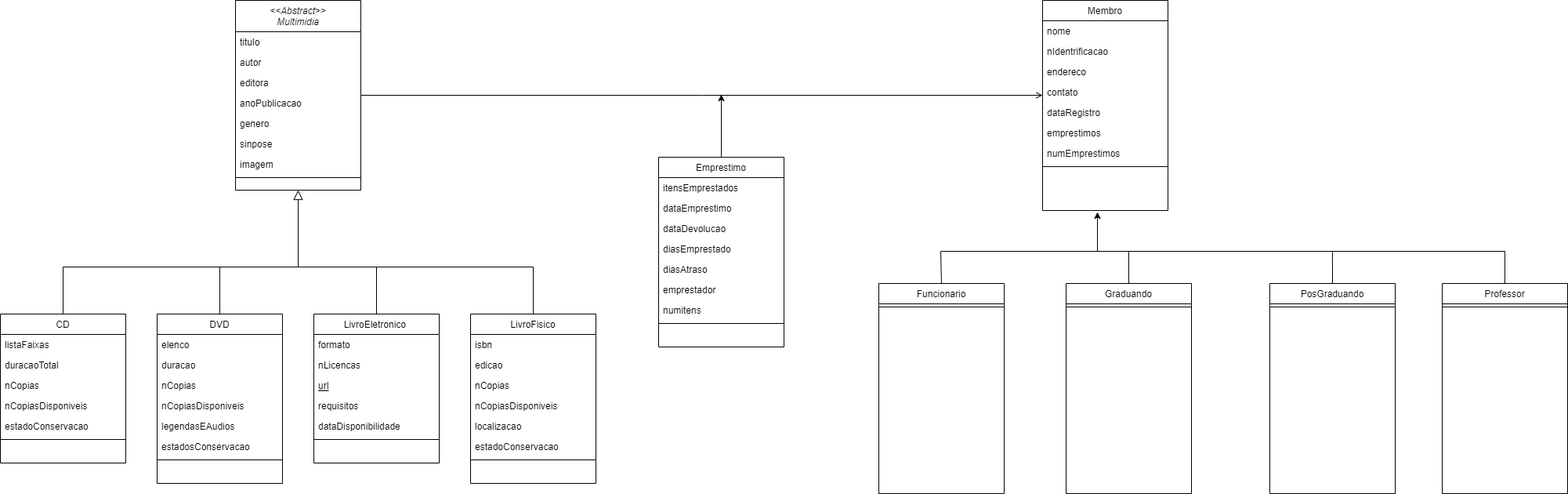
ArtKina/MC322 keeps this draw.io diagram as files/Biblioteca.drawio.png. Above is the earlier version. Source tidied: cells renumbered, new cells last; positions are measured from the earlier drawing's top-left corner, leaving out a move shared by most shapes. Its diagram source:
```xml
<mxGraphModel>
  <root>
    <mxCell id="0" />
    <mxCell id="1" parent="0" />
    <mxCell id="2" value="&lt;&lt;Abstract&gt;&gt;&#10;Multimidia" style="swimlane;fontStyle=2;align=center;verticalAlign=top;horizontal=1;startSize=40;rounded=0;shadow=0;strokeWidth=1;" parent="1" vertex="1">
      <mxGeometry x="300" width="160" height="242" as="geometry" />
    </mxCell>
    <mxCell id="3" value="titulo" style="text;align=left;verticalAlign=top;spacingLeft=4;spacingRight=4;overflow=hidden;" parent="2" vertex="1">
      <mxGeometry y="40" width="160" height="26" as="geometry" />
    </mxCell>
    <mxCell id="4" value="autor" style="text;align=left;verticalAlign=top;spacingLeft=4;spacingRight=4;overflow=hidden;rounded=0;shadow=0;html=0;" parent="2" vertex="1">
      <mxGeometry y="66" width="160" height="26" as="geometry" />
    </mxCell>
    <mxCell id="5" value="editora" style="text;align=left;verticalAlign=top;spacingLeft=4;spacingRight=4;overflow=hidden;rounded=0;shadow=0;html=0;" parent="2" vertex="1">
      <mxGeometry y="92" width="160" height="26" as="geometry" />
    </mxCell>
    <mxCell id="6" value="anoPublicacao" style="text;align=left;verticalAlign=top;spacingLeft=4;spacingRight=4;overflow=hidden;" parent="2" vertex="1">
      <mxGeometry y="118" width="160" height="26" as="geometry" />
    </mxCell>
    <mxCell id="7" value="genero" style="text;align=left;verticalAlign=top;spacingLeft=4;spacingRight=4;overflow=hidden;rounded=0;shadow=0;html=0;" parent="2" vertex="1">
      <mxGeometry y="144" width="160" height="26" as="geometry" />
    </mxCell>
    <mxCell id="8" value="sinpose" style="text;align=left;verticalAlign=top;spacingLeft=4;spacingRight=4;overflow=hidden;rounded=0;shadow=0;html=0;" parent="2" vertex="1">
      <mxGeometry y="170" width="160" height="26" as="geometry" />
    </mxCell>
    <mxCell id="9" value="imagem" style="text;align=left;verticalAlign=top;spacingLeft=4;spacingRight=4;overflow=hidden;rounded=0;shadow=0;html=0;" parent="2" vertex="1">
      <mxGeometry y="196" width="160" height="26" as="geometry" />
    </mxCell>
    <mxCell id="10" style="line;html=1;strokeWidth=1;align=left;verticalAlign=middle;spacingTop=-1;spacingLeft=3;spacingRight=3;labelPosition=right;" parent="2" vertex="1">
      <mxGeometry y="222" width="160" height="8" as="geometry" />
    </mxCell>
    <mxCell id="11" value="CD" style="swimlane;fontStyle=0;align=center;verticalAlign=top;horizontal=1;startSize=26;rounded=0;shadow=0;strokeWidth=1;" parent="1" vertex="1">
      <mxGeometry y="400" width="160" height="190" as="geometry" />
    </mxCell>
    <mxCell id="12" value="listaFaixas " style="text;align=left;verticalAlign=top;spacingLeft=4;spacingRight=4;overflow=hidden;" parent="11" vertex="1">
      <mxGeometry y="26" width="160" height="26" as="geometry" />
    </mxCell>
    <mxCell id="13" value="duracaoTotal" style="text;align=left;verticalAlign=top;spacingLeft=4;spacingRight=4;overflow=hidden;rounded=0;shadow=0;html=0;" parent="11" vertex="1">
      <mxGeometry y="52" width="160" height="26" as="geometry" />
    </mxCell>
    <mxCell id="14" value="nCopias" style="text;align=left;verticalAlign=top;spacingLeft=4;spacingRight=4;overflow=hidden;fontStyle=0;" parent="11" vertex="1">
      <mxGeometry y="78" width="160" height="26" as="geometry" />
    </mxCell>
    <mxCell id="15" value="nCopiasDisponiveis" style="text;align=left;verticalAlign=top;spacingLeft=4;spacingRight=4;overflow=hidden;" parent="11" vertex="1">
      <mxGeometry y="104" width="160" height="26" as="geometry" />
    </mxCell>
    <mxCell id="16" value="estadoConservacao" style="text;align=left;verticalAlign=top;spacingLeft=4;spacingRight=4;overflow=hidden;" parent="11" vertex="1">
      <mxGeometry y="130" width="160" height="26" as="geometry" />
    </mxCell>
    <mxCell id="17" style="line;html=1;strokeWidth=1;align=left;verticalAlign=middle;spacingTop=-1;spacingLeft=3;spacingRight=3;labelPosition=right;" parent="11" vertex="1">
      <mxGeometry y="156" width="160" height="8" as="geometry" />
    </mxCell>
    <mxCell id="18" style="endArrow=block;endSize=10;endFill=0;shadow=0;strokeWidth=1;rounded=0;edgeStyle=elbowEdgeStyle;elbow=vertical;" parent="1" edge="1" source="11" target="2">
      <mxGeometry relative="1" as="geometry">
        <Array as="points">
          <mxPoint x="180" y="340" />
        </Array>
      </mxGeometry>
    </mxCell>
    <mxCell id="19" style="edgeStyle=none;rounded=0;jettySize=auto;html=1;endArrow=none;endFill=0;" parent="1" edge="1" source="20">
      <mxGeometry relative="1" as="geometry">
        <mxPoint x="280" y="340" as="targetPoint" />
      </mxGeometry>
    </mxCell>
    <mxCell id="20" value="DVD" style="swimlane;fontStyle=0;align=center;verticalAlign=top;horizontal=1;startSize=26;rounded=0;shadow=0;strokeWidth=1;" parent="1" vertex="1">
      <mxGeometry x="200" y="400" width="160" height="216" as="geometry" />
    </mxCell>
    <mxCell id="21" value="elenco" style="text;align=left;verticalAlign=top;spacingLeft=4;spacingRight=4;overflow=hidden;" parent="20" vertex="1">
      <mxGeometry y="26" width="160" height="26" as="geometry" />
    </mxCell>
    <mxCell id="22" value="duracao" style="text;align=left;verticalAlign=top;spacingLeft=4;spacingRight=4;overflow=hidden;" parent="20" vertex="1">
      <mxGeometry y="52" width="160" height="26" as="geometry" />
    </mxCell>
    <mxCell id="23" value="nCopias" style="text;align=left;verticalAlign=top;spacingLeft=4;spacingRight=4;overflow=hidden;" parent="20" vertex="1">
      <mxGeometry y="78" width="160" height="26" as="geometry" />
    </mxCell>
    <mxCell id="24" value="nCopiasDisponiveis" style="text;align=left;verticalAlign=top;spacingLeft=4;spacingRight=4;overflow=hidden;" parent="20" vertex="1">
      <mxGeometry y="104" width="160" height="26" as="geometry" />
    </mxCell>
    <mxCell id="25" value="legendasEAudios" style="text;align=left;verticalAlign=top;spacingLeft=4;spacingRight=4;overflow=hidden;" parent="20" vertex="1">
      <mxGeometry y="130" width="160" height="26" as="geometry" />
    </mxCell>
    <mxCell id="26" value="estadosConservacao" style="text;align=left;verticalAlign=top;spacingLeft=4;spacingRight=4;overflow=hidden;" parent="20" vertex="1">
      <mxGeometry y="156" width="160" height="26" as="geometry" />
    </mxCell>
    <mxCell id="27" style="line;html=1;strokeWidth=1;align=left;verticalAlign=middle;spacingTop=-1;spacingLeft=3;spacingRight=3;labelPosition=right;" parent="20" vertex="1">
      <mxGeometry y="182" width="160" height="8" as="geometry" />
    </mxCell>
    <mxCell id="28" value="Membro" style="swimlane;fontStyle=0;align=center;verticalAlign=top;horizontal=1;startSize=26;rounded=0;shadow=0;strokeWidth=1;" parent="1" vertex="1">
      <mxGeometry x="1330" width="160" height="268" as="geometry" />
    </mxCell>
    <mxCell id="29" value="nome" style="text;align=left;verticalAlign=top;spacingLeft=4;spacingRight=4;overflow=hidden;rounded=0;shadow=0;html=0;" parent="28" vertex="1">
      <mxGeometry y="26" width="160" height="26" as="geometry" />
    </mxCell>
    <mxCell id="30" value="nIdentrificacao" style="text;align=left;verticalAlign=top;spacingLeft=4;spacingRight=4;overflow=hidden;" parent="28" vertex="1">
      <mxGeometry y="52" width="160" height="26" as="geometry" />
    </mxCell>
    <mxCell id="31" value="endereco" style="text;align=left;verticalAlign=top;spacingLeft=4;spacingRight=4;overflow=hidden;rounded=0;shadow=0;html=0;" parent="28" vertex="1">
      <mxGeometry y="78" width="160" height="26" as="geometry" />
    </mxCell>
    <mxCell id="32" value="contato" style="text;align=left;verticalAlign=top;spacingLeft=4;spacingRight=4;overflow=hidden;rounded=0;shadow=0;html=0;" parent="28" vertex="1">
      <mxGeometry y="104" width="160" height="26" as="geometry" />
    </mxCell>
    <mxCell id="33" value="dataRegistro" style="text;align=left;verticalAlign=top;spacingLeft=4;spacingRight=4;overflow=hidden;rounded=0;shadow=0;html=0;" parent="28" vertex="1">
      <mxGeometry y="130" width="160" height="26" as="geometry" />
    </mxCell>
    <mxCell id="34" value="emprestimos" style="text;align=left;verticalAlign=top;spacingLeft=4;spacingRight=4;overflow=hidden;" parent="28" vertex="1">
      <mxGeometry y="156" width="160" height="26" as="geometry" />
    </mxCell>
    <mxCell id="35" value="numEmprestimos" style="text;align=left;verticalAlign=top;spacingLeft=4;spacingRight=4;overflow=hidden;" parent="28" vertex="1">
      <mxGeometry y="182" width="160" height="26" as="geometry" />
    </mxCell>
    <mxCell id="36" style="line;html=1;strokeWidth=1;align=left;verticalAlign=middle;spacingTop=-1;spacingLeft=3;spacingRight=3;labelPosition=right;" parent="28" vertex="1">
      <mxGeometry y="208" width="160" height="8" as="geometry" />
    </mxCell>
    <mxCell id="37" style="endArrow=open;shadow=0;strokeWidth=1;rounded=0;endFill=1;edgeStyle=elbowEdgeStyle;elbow=vertical;" parent="1" edge="1" source="2" target="28">
      <mxGeometry x="0.5" y="41" relative="1" as="geometry">
        <mxPoint x="-40" y="32" as="offset" />
      </mxGeometry>
    </mxCell>
    <mxCell id="38" style="edgeStyle=none;rounded=0;jettySize=auto;html=1;exitX=0.5;exitY=0;exitDx=0;exitDy=0;endArrow=none;endFill=0;" parent="1" edge="1" source="39">
      <mxGeometry relative="1" as="geometry">
        <mxPoint x="380" y="340" as="targetPoint" />
        <Array as="points">
          <mxPoint x="480" y="340" />
        </Array>
      </mxGeometry>
    </mxCell>
    <mxCell id="39" value="LivroEletronico " style="swimlane;fontStyle=0;align=center;verticalAlign=top;horizontal=1;startSize=26;rounded=0;shadow=0;strokeWidth=1;" parent="1" vertex="1">
      <mxGeometry x="400" y="400" width="160" height="190" as="geometry" />
    </mxCell>
    <mxCell id="40" value="formato" style="text;align=left;verticalAlign=top;spacingLeft=4;spacingRight=4;overflow=hidden;" parent="39" vertex="1">
      <mxGeometry y="26" width="160" height="26" as="geometry" />
    </mxCell>
    <mxCell id="41" value="nLicencas" style="text;align=left;verticalAlign=top;spacingLeft=4;spacingRight=4;overflow=hidden;rounded=0;shadow=0;html=0;" parent="39" vertex="1">
      <mxGeometry y="52" width="160" height="26" as="geometry" />
    </mxCell>
    <mxCell id="42" value="url" style="text;align=left;verticalAlign=top;spacingLeft=4;spacingRight=4;overflow=hidden;fontStyle=4;" parent="39" vertex="1">
      <mxGeometry y="78" width="160" height="26" as="geometry" />
    </mxCell>
    <mxCell id="43" value="requisitos" style="text;align=left;verticalAlign=top;spacingLeft=4;spacingRight=4;overflow=hidden;" parent="39" vertex="1">
      <mxGeometry y="104" width="160" height="26" as="geometry" />
    </mxCell>
    <mxCell id="44" value="dataDisponibilidade" style="text;align=left;verticalAlign=top;spacingLeft=4;spacingRight=4;overflow=hidden;" parent="39" vertex="1">
      <mxGeometry y="130" width="160" height="26" as="geometry" />
    </mxCell>
    <mxCell id="45" style="line;html=1;strokeWidth=1;align=left;verticalAlign=middle;spacingTop=-1;spacingLeft=3;spacingRight=3;labelPosition=right;" parent="39" vertex="1">
      <mxGeometry y="156" width="160" height="8" as="geometry" />
    </mxCell>
    <mxCell id="46" style="edgeStyle=none;rounded=0;jettySize=auto;html=1;exitX=0.5;exitY=0;exitDx=0;exitDy=0;endArrow=none;endFill=0;" parent="1" edge="1" source="47">
      <mxGeometry relative="1" as="geometry">
        <mxPoint x="480" y="340" as="targetPoint" />
        <Array as="points">
          <mxPoint x="680" y="340" />
        </Array>
      </mxGeometry>
    </mxCell>
    <mxCell id="47" value="LivroFisico" style="swimlane;fontStyle=0;align=center;verticalAlign=top;horizontal=1;startSize=26;rounded=0;shadow=0;strokeWidth=1;" parent="1" vertex="1">
      <mxGeometry x="600" y="400" width="160" height="216" as="geometry" />
    </mxCell>
    <mxCell id="48" value="isbn" style="text;align=left;verticalAlign=top;spacingLeft=4;spacingRight=4;overflow=hidden;" parent="47" vertex="1">
      <mxGeometry y="26" width="160" height="26" as="geometry" />
    </mxCell>
    <mxCell id="49" value="edicao" style="text;align=left;verticalAlign=top;spacingLeft=4;spacingRight=4;overflow=hidden;rounded=0;shadow=0;html=0;" parent="47" vertex="1">
      <mxGeometry y="52" width="160" height="26" as="geometry" />
    </mxCell>
    <mxCell id="50" value="nCopias" style="text;align=left;verticalAlign=top;spacingLeft=4;spacingRight=4;overflow=hidden;fontStyle=0;" parent="47" vertex="1">
      <mxGeometry y="78" width="160" height="26" as="geometry" />
    </mxCell>
    <mxCell id="51" value="nCopiasDisponiveis" style="text;align=left;verticalAlign=top;spacingLeft=4;spacingRight=4;overflow=hidden;" parent="47" vertex="1">
      <mxGeometry y="104" width="160" height="26" as="geometry" />
    </mxCell>
    <mxCell id="52" value="localizacao" style="text;align=left;verticalAlign=top;spacingLeft=4;spacingRight=4;overflow=hidden;" parent="47" vertex="1">
      <mxGeometry y="130" width="160" height="26" as="geometry" />
    </mxCell>
    <mxCell id="53" value="estadoConservacao" style="text;align=left;verticalAlign=top;spacingLeft=4;spacingRight=4;overflow=hidden;" parent="47" vertex="1">
      <mxGeometry y="156" width="160" height="26" as="geometry" />
    </mxCell>
    <mxCell id="54" style="line;html=1;strokeWidth=1;align=left;verticalAlign=middle;spacingTop=-1;spacingLeft=3;spacingRight=3;labelPosition=right;" parent="47" vertex="1">
      <mxGeometry y="182" width="160" height="8" as="geometry" />
    </mxCell>
    <mxCell id="55" style="edgeStyle=orthogonalEdgeStyle;rounded=0;orthogonalLoop=1;jettySize=auto;html=1;exitX=0.5;exitY=0;exitDx=0;exitDy=0;" parent="1" edge="1">
      <mxGeometry relative="1" as="geometry">
        <mxPoint x="910" y="200" as="sourcePoint" />
        <mxPoint x="920" y="120" as="targetPoint" />
        <Array as="points">
          <mxPoint x="920" y="200" />
        </Array>
      </mxGeometry>
    </mxCell>
    <mxCell id="56" value="Emprestimo" style="swimlane;fontStyle=0;align=center;verticalAlign=top;horizontal=1;startSize=26;rounded=0;shadow=0;strokeWidth=1;" parent="1" vertex="1">
      <mxGeometry x="840" y="200" width="160" height="242" as="geometry" />
    </mxCell>
    <mxCell id="57" value="itensEmprestados" style="text;align=left;verticalAlign=top;spacingLeft=4;spacingRight=4;overflow=hidden;" parent="56" vertex="1">
      <mxGeometry y="26" width="160" height="26" as="geometry" />
    </mxCell>
    <mxCell id="58" value="dataEmprestimo " style="text;align=left;verticalAlign=top;spacingLeft=4;spacingRight=4;overflow=hidden;" parent="56" vertex="1">
      <mxGeometry y="52" width="160" height="26" as="geometry" />
    </mxCell>
    <mxCell id="59" value="dataDevolucao" style="text;align=left;verticalAlign=top;spacingLeft=4;spacingRight=4;overflow=hidden;" parent="56" vertex="1">
      <mxGeometry y="78" width="160" height="26" as="geometry" />
    </mxCell>
    <mxCell id="60" value="diasEmprestado" style="text;align=left;verticalAlign=top;spacingLeft=4;spacingRight=4;overflow=hidden;" parent="56" vertex="1">
      <mxGeometry y="104" width="160" height="26" as="geometry" />
    </mxCell>
    <mxCell id="61" value="diasAtraso" style="text;align=left;verticalAlign=top;spacingLeft=4;spacingRight=4;overflow=hidden;" parent="56" vertex="1">
      <mxGeometry y="130" width="160" height="26" as="geometry" />
    </mxCell>
    <mxCell id="62" value="emprestador" style="text;align=left;verticalAlign=top;spacingLeft=4;spacingRight=4;overflow=hidden;" parent="56" vertex="1">
      <mxGeometry y="156" width="160" height="26" as="geometry" />
    </mxCell>
    <mxCell id="63" value="numitens" style="text;align=left;verticalAlign=top;spacingLeft=4;spacingRight=4;overflow=hidden;" parent="56" vertex="1">
      <mxGeometry y="182" width="160" height="26" as="geometry" />
    </mxCell>
    <mxCell id="64" style="line;html=1;strokeWidth=1;align=left;verticalAlign=middle;spacingTop=-1;spacingLeft=3;spacingRight=3;labelPosition=right;" parent="56" vertex="1">
      <mxGeometry y="208" width="160" height="8" as="geometry" />
    </mxCell>
    <mxCell id="65" value="Professor" style="swimlane;fontStyle=0;align=center;verticalAlign=top;horizontal=1;startSize=26;rounded=0;shadow=0;strokeWidth=1;" parent="1" vertex="1">
      <mxGeometry x="1840" y="361" width="160" height="268" as="geometry" />
    </mxCell>
    <mxCell id="66" style="line;html=1;strokeWidth=1;align=left;verticalAlign=middle;spacingTop=-1;spacingLeft=3;spacingRight=3;labelPosition=right;" parent="65" vertex="1">
      <mxGeometry y="26" width="160" height="8" as="geometry" />
    </mxCell>
    <mxCell id="67" style="edgeStyle=orthogonalEdgeStyle;rounded=0;jettySize=auto;html=1;exitX=0.5;exitY=0;exitDx=0;exitDy=0;endArrow=none;endFill=0;" parent="1" edge="1" source="68">
      <mxGeometry relative="1" as="geometry">
        <mxPoint x="1699.9" y="320" as="targetPoint" />
      </mxGeometry>
    </mxCell>
    <mxCell id="68" value="PosGraduando" style="swimlane;fontStyle=0;align=center;verticalAlign=top;horizontal=1;startSize=26;rounded=0;shadow=0;strokeWidth=1;" parent="1" vertex="1">
      <mxGeometry x="1620" y="361" width="160" height="268" as="geometry" />
    </mxCell>
    <mxCell id="69" style="line;html=1;strokeWidth=1;align=left;verticalAlign=middle;spacingTop=-1;spacingLeft=3;spacingRight=3;labelPosition=right;" parent="68" vertex="1">
      <mxGeometry y="26" width="160" height="8" as="geometry" />
    </mxCell>
    <mxCell id="70" style="edgeStyle=orthogonalEdgeStyle;rounded=0;jettySize=auto;html=1;exitX=0.5;exitY=0;exitDx=0;exitDy=0;" parent="1" edge="1" source="71">
      <mxGeometry relative="1" as="geometry">
        <mxPoint x="1400" y="270" as="targetPoint" />
        <Array as="points">
          <mxPoint x="1440" y="320" />
          <mxPoint x="1400" y="320" />
        </Array>
      </mxGeometry>
    </mxCell>
    <mxCell id="71" value="Graduando" style="swimlane;fontStyle=0;align=center;verticalAlign=top;horizontal=1;startSize=26;rounded=0;shadow=0;strokeWidth=1;" parent="1" vertex="1">
      <mxGeometry x="1360" y="361" width="160" height="268" as="geometry" />
    </mxCell>
    <mxCell id="72" style="line;html=1;strokeWidth=1;align=left;verticalAlign=middle;spacingTop=-1;spacingLeft=3;spacingRight=3;labelPosition=right;" parent="71" vertex="1">
      <mxGeometry y="26" width="160" height="8" as="geometry" />
    </mxCell>
    <mxCell id="73" value="Funcionario" style="swimlane;fontStyle=0;align=center;verticalAlign=top;horizontal=1;startSize=26;rounded=0;shadow=0;strokeWidth=1;" parent="1" vertex="1">
      <mxGeometry x="1121" y="361" width="160" height="268" as="geometry" />
    </mxCell>
    <mxCell id="74" style="line;html=1;strokeWidth=1;align=left;verticalAlign=middle;spacingTop=-1;spacingLeft=3;spacingRight=3;labelPosition=right;" parent="73" vertex="1">
      <mxGeometry y="26" width="160" height="8" as="geometry" />
    </mxCell>
    <mxCell id="75" style="endArrow=none;html=1;rounded=0;exitX=0.5;exitY=0;exitDx=0;exitDy=0;entryX=0.5;entryY=0;entryDx=0;entryDy=0;" parent="1" edge="1" source="73" target="65">
      <mxGeometry relative="1" as="geometry">
        <Array as="points">
          <mxPoint x="1200" y="320" />
          <mxPoint x="1920" y="320" />
        </Array>
      </mxGeometry>
    </mxCell>
  </root>
</mxGraphModel>
```
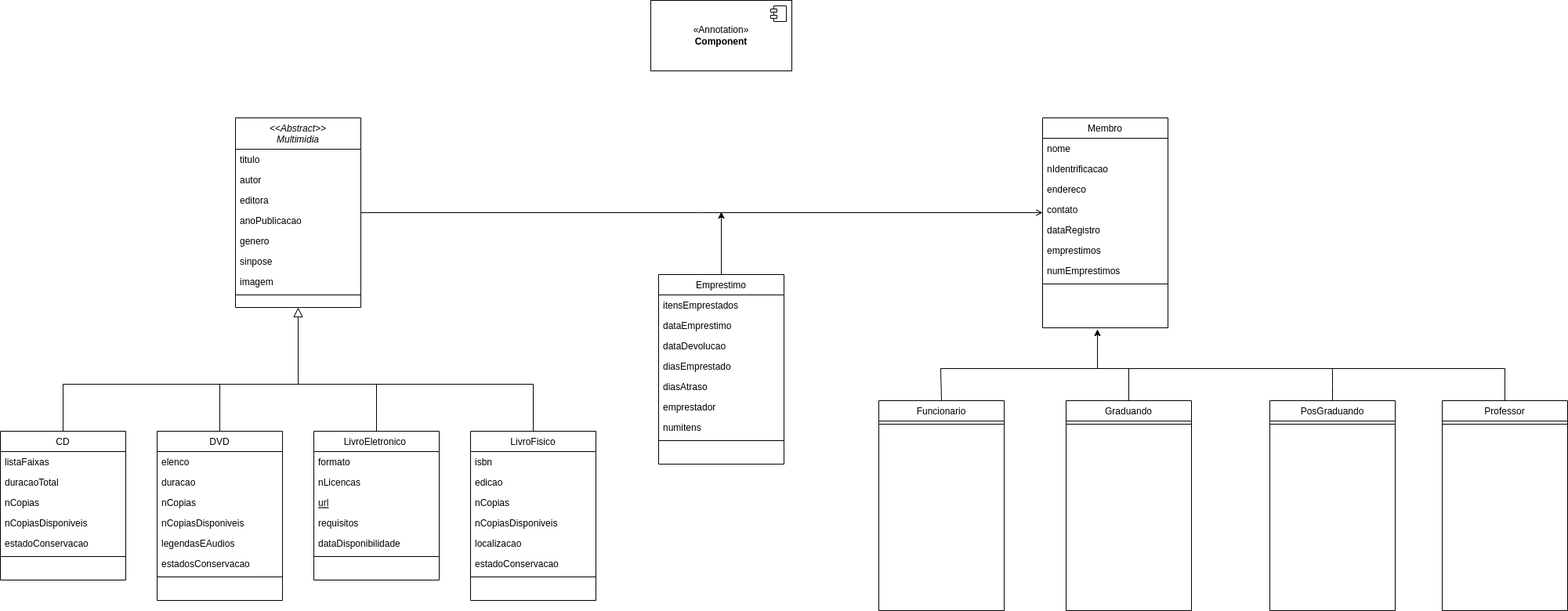
Later version of the same file.

Change to the diagram source:
```diff
@@ -261,5 +261,13 @@
         </Array>
       </mxGeometry>
     </mxCell>
+    <mxCell id="76" value="&amp;laquo;Annotation&amp;raquo;&lt;br/&gt;&lt;b&gt;Component&lt;/b&gt;" style="html=1;whiteSpace=wrap;" parent="1" vertex="1">
+      <mxGeometry x="830" y="-150" width="180" height="90" as="geometry" />
+    </mxCell>
+    <mxCell id="77" style="shape=module;jettyWidth=8;jettyHeight=4;" parent="76" vertex="1">
+      <mxGeometry x="1" width="20" height="20" relative="1" as="geometry">
+        <mxPoint x="-27" y="7" as="offset" />
+      </mxGeometry>
+    </mxCell>
   </root>
 </mxGraphModel>
```
